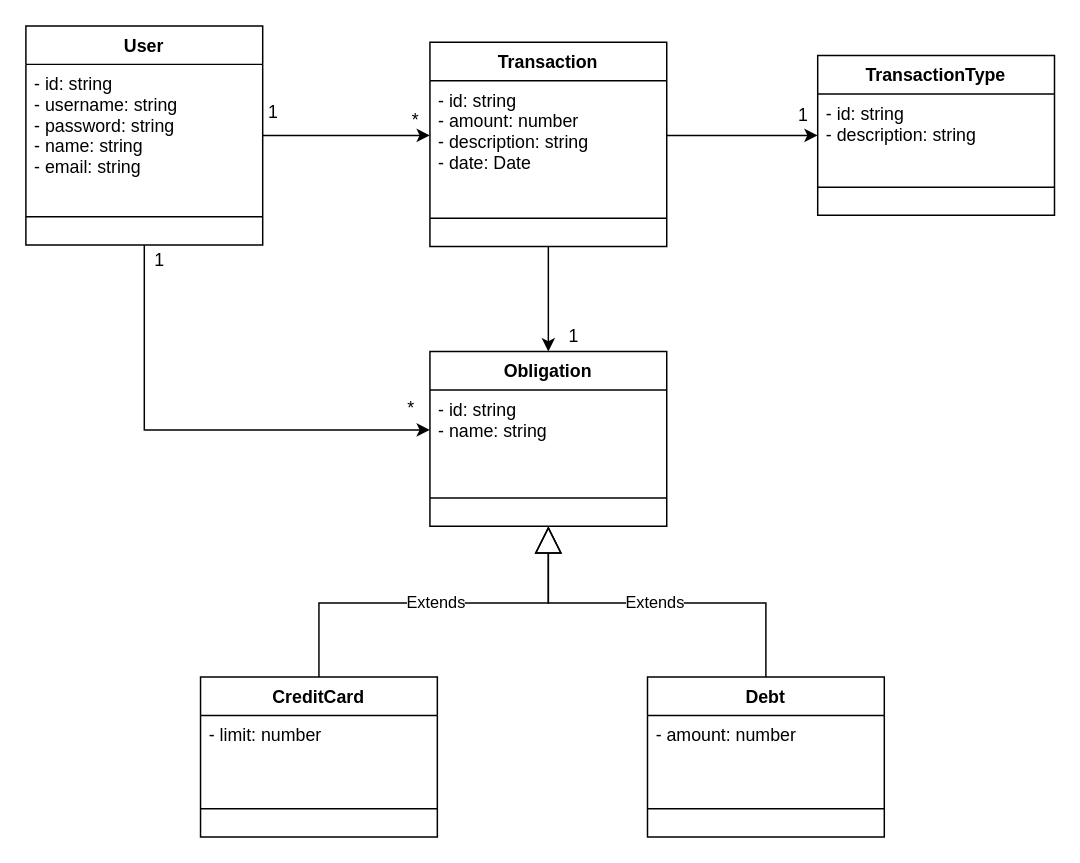
The draw.io diagram page "Entities" (2 of 2) of budget-app.drawio in acastillo9/budget, before the edit. Source tidied: cells renumbered, new cells numbered last; positions are measured from the earlier drawing's top-left corner, leaving out a move shared by most shapes. Both pictures are drawn from the tidied source at 148%, with x=0, y=0 at pixel (25, 25).
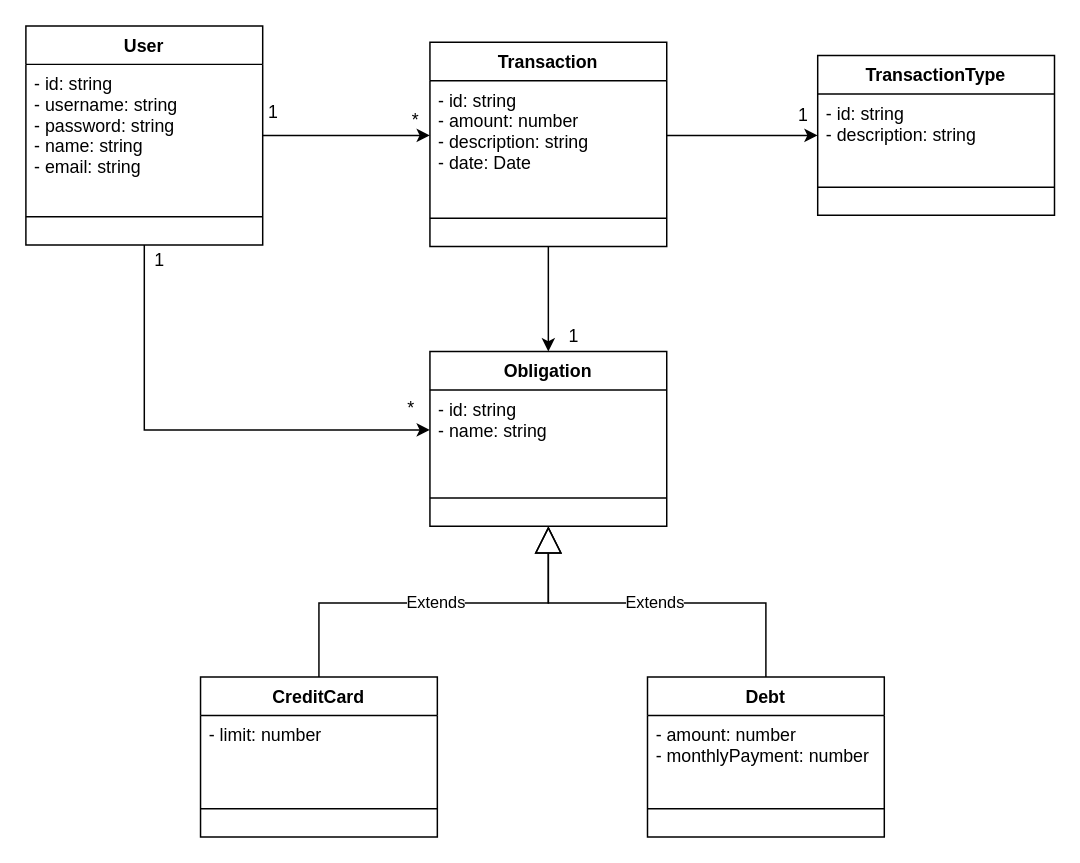
The same page after the edit.

The change refers to these unchanged cells:
```xml
<mxCell id="26" value="Debt" style="swimlane;fontStyle=1;align=center;verticalAlign=top;horizontal=1;startSize=26;" parent="1" vertex="1">
  <mxGeometry x="420" y="440" width="160" height="108" as="geometry" />
</mxCell>
```

What changed in the source:
```diff
@@
-    <mxCell id="27" value="- amount: number" style="text;strokeColor=none;fillColor=none;align=left;verticalAlign=top;spacingLeft=4;spacingRight=4;overflow=hidden;" parent="26" vertex="1">
+    <mxCell id="27" value="- amount: number&#10;- monthlyPayment: number" style="text;strokeColor=none;fillColor=none;align=left;verticalAlign=top;spacingLeft=4;spacingRight=4;overflow=hidden;" parent="26" vertex="1">
       <mxGeometry y="26" width="160" height="44" as="geometry" />
     </mxCell>
```
